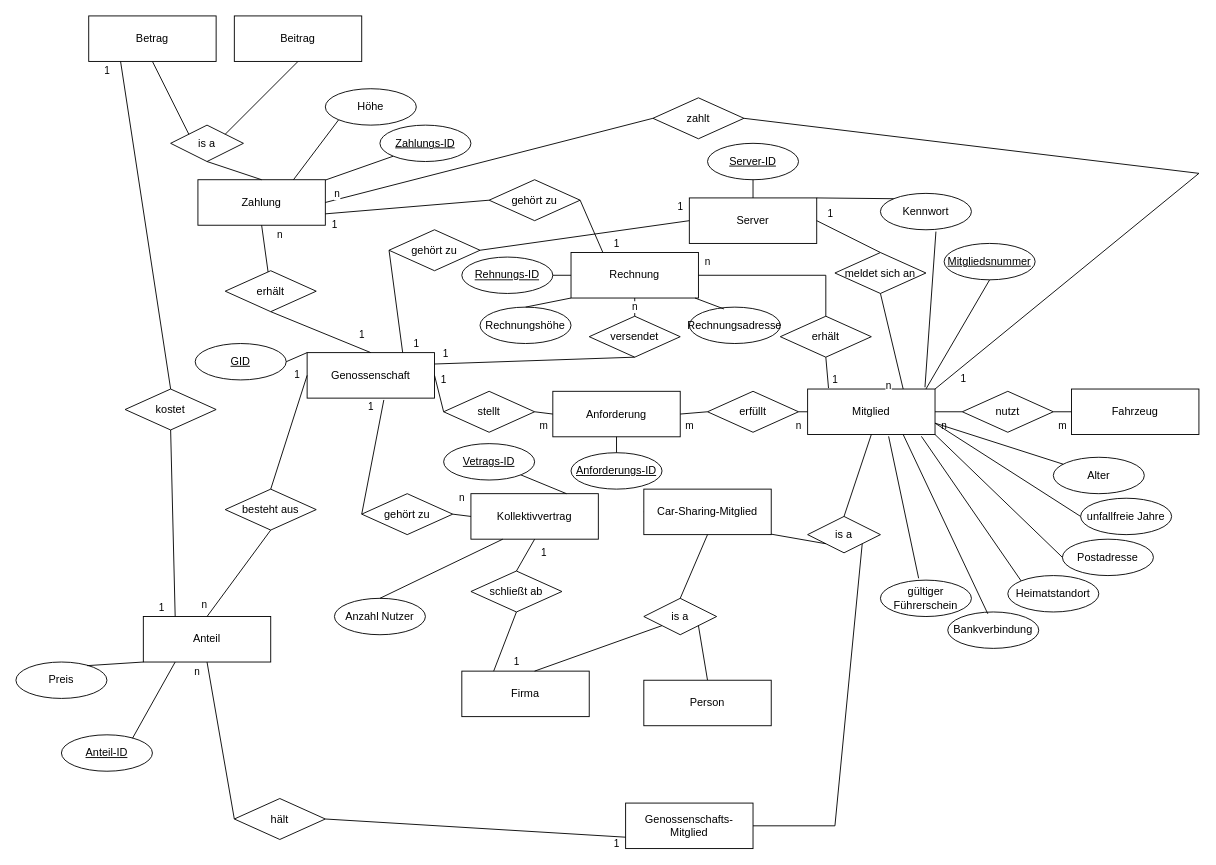
maudetroll/drawIO keeps this draw.io diagram as page "Gombi" (4 of 8) of Diagramm.drawio. Above is the earlier version. Source tidied: cells renumbered, new cells numbered last; positions are measured from the earlier drawing's top-left corner, leaving out a move shared by most shapes. Both pictures are drawn from the tidied source at 91%, with x=0, y=0 at pixel (15, 15).
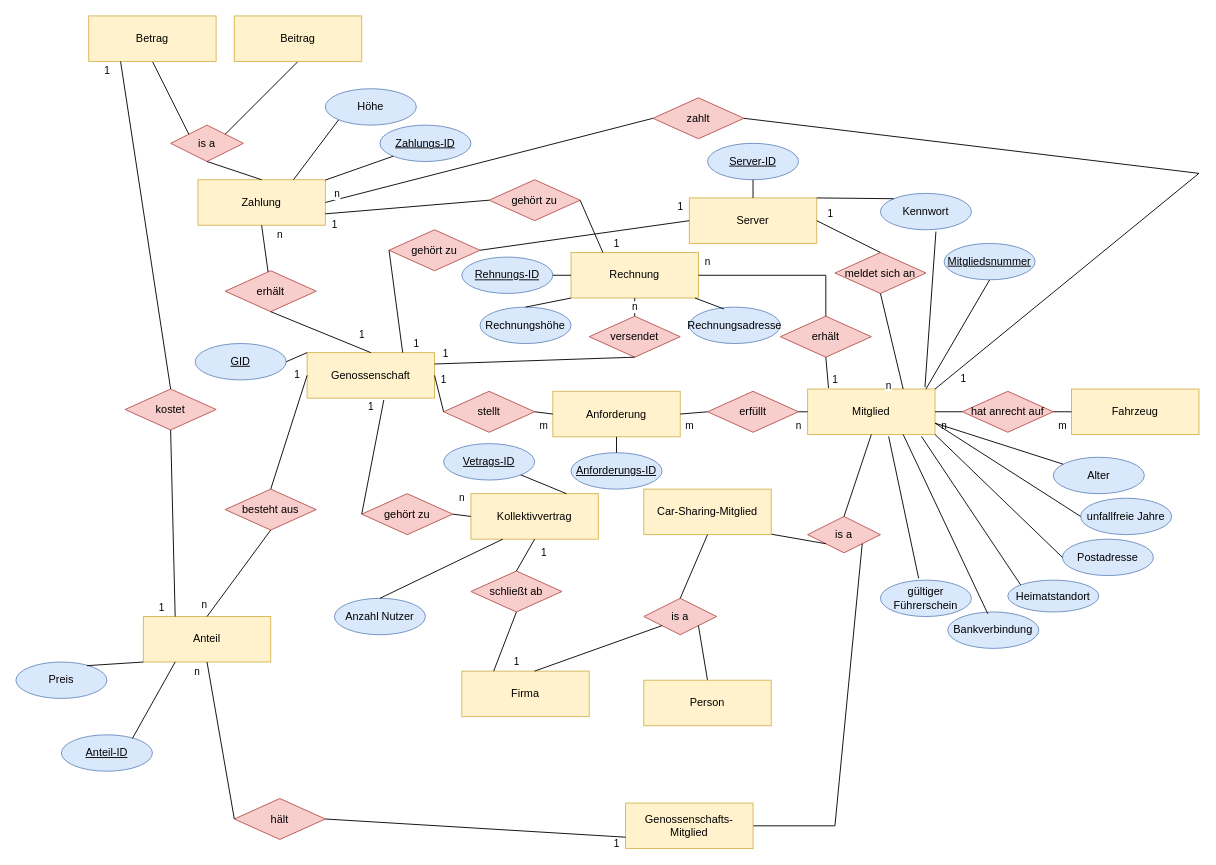
The same diagram, later.

The edit, as a diff of the source:
```diff
@@
-    <mxCell id="2" value="Mitglied" style="whiteSpace=wrap;html=1;align=center;" parent="1" vertex="1">
+    <mxCell id="2" value="Mitglied" style="whiteSpace=wrap;html=1;align=center;fillColor=#fff2cc;strokeColor=#d6b656;" parent="1" vertex="1">
       <mxGeometry x="870" y="410" width="140" height="50" as="geometry" />
     </mxCell>
-    <mxCell id="3" value="is a" style="shape=rhombus;perimeter=rhombusPerimeter;whiteSpace=wrap;html=1;align=center;fillColor=none;rotation=0;" parent="1" vertex="1">
+    <mxCell id="3" value="is a" style="shape=rhombus;perimeter=rhombusPerimeter;whiteSpace=wrap;html=1;align=center;fillColor=#f8cecc;rotation=0;strokeColor=#b85450;" parent="1" vertex="1">
       <mxGeometry x="870" y="550" width="80" height="40" as="geometry" />
     </mxCell>
@@
-    <mxCell id="6" value="Genossenschafts-Mitglied" style="whiteSpace=wrap;html=1;align=center;" parent="1" vertex="1">
+    <mxCell id="6" value="Genossenschafts-Mitglied" style="whiteSpace=wrap;html=1;align=center;fillColor=#fff2cc;strokeColor=#d6b656;" parent="1" vertex="1">
       <mxGeometry x="670" y="865" width="140" height="50" as="geometry" />
     </mxCell>
-    <mxCell id="7" value="Car-Sharing-Mitglied" style="whiteSpace=wrap;html=1;align=center;" parent="1" vertex="1">
+    <mxCell id="7" value="Car-Sharing-Mitglied" style="whiteSpace=wrap;html=1;align=center;fillColor=#fff2cc;strokeColor=#d6b656;" parent="1" vertex="1">
       <mxGeometry x="690" y="520" width="140" height="50" as="geometry" />
     </mxCell>
-    <mxCell id="8" value="Genossenschaft" style="whiteSpace=wrap;html=1;align=center;" parent="1" vertex="1">
+    <mxCell id="8" value="Genossenschaft" style="whiteSpace=wrap;html=1;align=center;fillColor=#fff2cc;strokeColor=#d6b656;" parent="1" vertex="1">
       <mxGeometry x="320" y="370" width="140" height="50" as="geometry" />
     </mxCell>
-    <mxCell id="9" value="hält" style="shape=rhombus;perimeter=rhombusPerimeter;whiteSpace=wrap;html=1;align=center;" parent="1" vertex="1">
+    <mxCell id="9" value="hält" style="shape=rhombus;perimeter=rhombusPerimeter;whiteSpace=wrap;html=1;align=center;fillColor=#f8cecc;strokeColor=#b85450;" parent="1" vertex="1">
       <mxGeometry x="240" y="860" width="100" height="45" as="geometry" />
     </mxCell>
@@
-    <mxCell id="11" value="erfüllt" style="shape=rhombus;perimeter=rhombusPerimeter;whiteSpace=wrap;html=1;align=center;" parent="1" vertex="1">
+    <mxCell id="11" value="erfüllt" style="shape=rhombus;perimeter=rhombusPerimeter;whiteSpace=wrap;html=1;align=center;fillColor=#f8cecc;strokeColor=#b85450;" parent="1" vertex="1">
       <mxGeometry x="760" y="412.5" width="100" height="45" as="geometry" />
     </mxCell>
@@
-    <mxCell id="13" value="Fahrzeug" style="whiteSpace=wrap;html=1;align=center;" parent="1" vertex="1">
+    <mxCell id="13" value="Fahrzeug" style="whiteSpace=wrap;html=1;align=center;fillColor=#fff2cc;strokeColor=#d6b656;" parent="1" vertex="1">
       <mxGeometry x="1160" y="410" width="140" height="50" as="geometry" />
     </mxCell>
-    <mxCell id="14" value="nutzt" style="shape=rhombus;perimeter=rhombusPerimeter;whiteSpace=wrap;html=1;align=center;" parent="1" vertex="1">
+    <mxCell id="14" value="hat anrecht auf" style="shape=rhombus;perimeter=rhombusPerimeter;whiteSpace=wrap;html=1;align=center;fillColor=#f8cecc;strokeColor=#b85450;" parent="1" vertex="1">
       <mxGeometry x="1040" y="412.5" width="100" height="45" as="geometry" />
     </mxCell>
@@
-    <mxCell id="17" value="Firma" style="whiteSpace=wrap;html=1;align=center;" parent="1" vertex="1">
+    <mxCell id="17" value="Firma" style="whiteSpace=wrap;html=1;align=center;fillColor=#fff2cc;strokeColor=#d6b656;" parent="1" vertex="1">
       <mxGeometry x="490" y="720" width="140" height="50" as="geometry" />
     </mxCell>
-    <mxCell id="18" value="is a" style="shape=rhombus;perimeter=rhombusPerimeter;whiteSpace=wrap;html=1;align=center;fillColor=none;" parent="1" vertex="1">
+    <mxCell id="18" value="is a" style="shape=rhombus;perimeter=rhombusPerimeter;whiteSpace=wrap;html=1;align=center;fillColor=#f8cecc;strokeColor=#b85450;" parent="1" vertex="1">
       <mxGeometry x="690" y="640" width="80" height="40" as="geometry" />
     </mxCell>
@@
-    <mxCell id="22" value="Person" style="whiteSpace=wrap;html=1;align=center;" parent="1" vertex="1">
+    <mxCell id="22" value="Person" style="whiteSpace=wrap;html=1;align=center;fillColor=#fff2cc;strokeColor=#d6b656;" parent="1" vertex="1">
       <mxGeometry x="690" y="730" width="140" height="50" as="geometry" />
     </mxCell>
-    <mxCell id="23" value="Kollektivvertrag" style="whiteSpace=wrap;html=1;align=center;" parent="1" vertex="1">
+    <mxCell id="23" value="Kollektivvertrag" style="whiteSpace=wrap;html=1;align=center;fillColor=#fff2cc;strokeColor=#d6b656;" parent="1" vertex="1">
       <mxGeometry x="500" y="525" width="140" height="50" as="geometry" />
     </mxCell>
-    <mxCell id="24" value="schließt ab" style="shape=rhombus;perimeter=rhombusPerimeter;whiteSpace=wrap;html=1;align=center;" parent="1" vertex="1">
+    <mxCell id="24" value="schließt ab" style="shape=rhombus;perimeter=rhombusPerimeter;whiteSpace=wrap;html=1;align=center;fillColor=#f8cecc;strokeColor=#b85450;" parent="1" vertex="1">
       <mxGeometry x="500" y="610" width="100" height="45" as="geometry" />
     </mxCell>
-    <mxCell id="25" value="gehört zu" style="shape=rhombus;perimeter=rhombusPerimeter;whiteSpace=wrap;html=1;align=center;" parent="1" vertex="1">
+    <mxCell id="25" value="gehört zu" style="shape=rhombus;perimeter=rhombusPerimeter;whiteSpace=wrap;html=1;align=center;fillColor=#f8cecc;strokeColor=#b85450;" parent="1" vertex="1">
       <mxGeometry x="380" y="525" width="100" height="45" as="geometry" />
     </mxCell>
@@
-    <mxCell id="29" value="Rechnung" style="whiteSpace=wrap;html=1;align=center;" parent="1" vertex="1">
+    <mxCell id="29" value="Rechnung" style="whiteSpace=wrap;html=1;align=center;fillColor=#fff2cc;strokeColor=#d6b656;" parent="1" vertex="1">
       <mxGeometry x="610" y="260" width="140" height="50" as="geometry" />
     </mxCell>
-    <mxCell id="30" value="versendet" style="shape=rhombus;perimeter=rhombusPerimeter;whiteSpace=wrap;html=1;align=center;" parent="1" vertex="1">
+    <mxCell id="30" value="versendet" style="shape=rhombus;perimeter=rhombusPerimeter;whiteSpace=wrap;html=1;align=center;fillColor=#f8cecc;strokeColor=#b85450;" parent="1" vertex="1">
       <mxGeometry x="630" y="330" width="100" height="45" as="geometry" />
     </mxCell>
@@
-    <mxCell id="33" value="erhält" style="shape=rhombus;perimeter=rhombusPerimeter;whiteSpace=wrap;html=1;align=center;" parent="1" vertex="1">
+    <mxCell id="33" value="erhält" style="shape=rhombus;perimeter=rhombusPerimeter;whiteSpace=wrap;html=1;align=center;fillColor=#f8cecc;strokeColor=#b85450;" parent="1" vertex="1">
       <mxGeometry x="840" y="330" width="100" height="45" as="geometry" />
     </mxCell>
@@
-    <mxCell id="36" value="Server" style="whiteSpace=wrap;html=1;align=center;" parent="1" vertex="1">
+    <mxCell id="36" value="Server" style="whiteSpace=wrap;html=1;align=center;fillColor=#fff2cc;strokeColor=#d6b656;" parent="1" vertex="1">
       <mxGeometry x="740" y="200" width="140" height="50" as="geometry" />
     </mxCell>
-    <mxCell id="37" value="meldet sich an" style="shape=rhombus;perimeter=rhombusPerimeter;whiteSpace=wrap;html=1;align=center;" parent="1" vertex="1">
+    <mxCell id="37" value="meldet sich an" style="shape=rhombus;perimeter=rhombusPerimeter;whiteSpace=wrap;html=1;align=center;fillColor=#f8cecc;strokeColor=#b85450;" parent="1" vertex="1">
       <mxGeometry x="900" y="260" width="100" height="45" as="geometry" />
     </mxCell>
@@
-    <mxCell id="41" value="Zahlung" style="whiteSpace=wrap;html=1;align=center;" parent="1" vertex="1">
+    <mxCell id="41" value="Zahlung" style="whiteSpace=wrap;html=1;align=center;fillColor=#fff2cc;strokeColor=#d6b656;" parent="1" vertex="1">
       <mxGeometry x="200" y="180" width="140" height="50" as="geometry" />
     </mxCell>
-    <mxCell id="42" value="Anteil" style="whiteSpace=wrap;html=1;align=center;" parent="1" vertex="1">
+    <mxCell id="42" value="Anteil" style="whiteSpace=wrap;html=1;align=center;fillColor=#fff2cc;strokeColor=#d6b656;" parent="1" vertex="1">
       <mxGeometry x="140" y="660" width="140" height="50" as="geometry" />
     </mxCell>
-    <mxCell id="43" value="besteht aus" style="shape=rhombus;perimeter=rhombusPerimeter;whiteSpace=wrap;html=1;align=center;" parent="1" vertex="1">
+    <mxCell id="43" value="besteht aus" style="shape=rhombus;perimeter=rhombusPerimeter;whiteSpace=wrap;html=1;align=center;fillColor=#f8cecc;strokeColor=#b85450;" parent="1" vertex="1">
       <mxGeometry x="230" y="520" width="100" height="45" as="geometry" />
     </mxCell>
@@
-    <mxCell id="47" value="zahlt" style="shape=rhombus;perimeter=rhombusPerimeter;whiteSpace=wrap;html=1;align=center;" parent="1" vertex="1">
+    <mxCell id="47" value="zahlt" style="shape=rhombus;perimeter=rhombusPerimeter;whiteSpace=wrap;html=1;align=center;fillColor=#f8cecc;strokeColor=#b85450;" parent="1" vertex="1">
       <mxGeometry x="700" y="90" width="100" height="45" as="geometry" />
     </mxCell>
@@
-    <mxCell id="50" value="erhält" style="shape=rhombus;perimeter=rhombusPerimeter;whiteSpace=wrap;html=1;align=center;" parent="1" vertex="1">
+    <mxCell id="50" value="erhält" style="shape=rhombus;perimeter=rhombusPerimeter;whiteSpace=wrap;html=1;align=center;fillColor=#f8cecc;strokeColor=#b85450;" parent="1" vertex="1">
       <mxGeometry x="230" y="280" width="100" height="45" as="geometry" />
     </mxCell>
@@
-    <mxCell id="53" value="kostet" style="shape=rhombus;perimeter=rhombusPerimeter;whiteSpace=wrap;html=1;align=center;" parent="1" vertex="1">
+    <mxCell id="53" value="kostet" style="shape=rhombus;perimeter=rhombusPerimeter;whiteSpace=wrap;html=1;align=center;fillColor=#f8cecc;strokeColor=#b85450;" parent="1" vertex="1">
       <mxGeometry x="120" y="410" width="100" height="45" as="geometry" />
     </mxCell>
-    <mxCell id="54" value="is a" style="shape=rhombus;perimeter=rhombusPerimeter;whiteSpace=wrap;html=1;align=center;fillColor=none;" parent="1" vertex="1">
+    <mxCell id="54" value="is a" style="shape=rhombus;perimeter=rhombusPerimeter;whiteSpace=wrap;html=1;align=center;fillColor=#f8cecc;strokeColor=#b85450;" parent="1" vertex="1">
       <mxGeometry x="170" y="120" width="80" height="40" as="geometry" />
     </mxCell>
@@
-    <mxCell id="57" value="Betrag" style="whiteSpace=wrap;html=1;align=center;" parent="1" vertex="1">
+    <mxCell id="57" value="Betrag" style="whiteSpace=wrap;html=1;align=center;fillColor=#fff2cc;strokeColor=#d6b656;" parent="1" vertex="1">
       <mxGeometry x="80" width="140" height="50" as="geometry" />
     </mxCell>
-    <mxCell id="58" value="Beitrag" style="whiteSpace=wrap;html=1;align=center;" parent="1" vertex="1">
+    <mxCell id="58" value="Beitrag" style="whiteSpace=wrap;html=1;align=center;fillColor=#fff2cc;strokeColor=#d6b656;" parent="1" vertex="1">
       <mxGeometry x="240" width="140" height="50" as="geometry" />
     </mxCell>
@@
-    <mxCell id="62" value="Anforderung" style="whiteSpace=wrap;html=1;align=center;" parent="1" vertex="1">
+    <mxCell id="62" value="Anforderung" style="whiteSpace=wrap;html=1;align=center;fillColor=#fff2cc;strokeColor=#d6b656;" parent="1" vertex="1">
       <mxGeometry x="590" y="412.5" width="140" height="50" as="geometry" />
     </mxCell>
-    <mxCell id="63" value="stellt" style="shape=rhombus;perimeter=rhombusPerimeter;whiteSpace=wrap;html=1;align=center;" parent="1" vertex="1">
+    <mxCell id="63" value="stellt" style="shape=rhombus;perimeter=rhombusPerimeter;whiteSpace=wrap;html=1;align=center;fillColor=#f8cecc;strokeColor=#b85450;" parent="1" vertex="1">
       <mxGeometry x="470" y="412.5" width="100" height="45" as="geometry" />
     </mxCell>
@@
-    <mxCell id="67" value="gehört zu" style="shape=rhombus;perimeter=rhombusPerimeter;whiteSpace=wrap;html=1;align=center;" parent="1" vertex="1">
+    <mxCell id="67" value="gehört zu" style="shape=rhombus;perimeter=rhombusPerimeter;whiteSpace=wrap;html=1;align=center;fillColor=#f8cecc;strokeColor=#b85450;" parent="1" vertex="1">
       <mxGeometry x="410" y="235" width="100" height="45" as="geometry" />
     </mxCell>
@@
-    <mxCell id="70" value="Höhe" style="ellipse;whiteSpace=wrap;html=1;align=center;" parent="1" vertex="1">
+    <mxCell id="70" value="Höhe" style="ellipse;whiteSpace=wrap;html=1;align=center;fillColor=#dae8fc;strokeColor=#6c8ebf;" parent="1" vertex="1">
       <mxGeometry x="340" y="80" width="100" height="40" as="geometry" />
     </mxCell>
@@
-    <mxCell id="72" value="Anzahl Nutzer" style="ellipse;whiteSpace=wrap;html=1;align=center;" parent="1" vertex="1">
+    <mxCell id="72" value="Anzahl Nutzer" style="ellipse;whiteSpace=wrap;html=1;align=center;fillColor=#dae8fc;strokeColor=#6c8ebf;" parent="1" vertex="1">
       <mxGeometry x="350" y="640" width="100" height="40" as="geometry" />
     </mxCell>
@@
-    <mxCell id="74" value="Alter" style="ellipse;whiteSpace=wrap;html=1;align=center;" parent="1" vertex="1">
+    <mxCell id="74" value="Alter" style="ellipse;whiteSpace=wrap;html=1;align=center;fillColor=#dae8fc;strokeColor=#6c8ebf;" parent="1" vertex="1">
       <mxGeometry x="1140" y="485" width="100" height="40" as="geometry" />
     </mxCell>
-    <mxCell id="75" value="gültiger Führerschein" style="ellipse;whiteSpace=wrap;html=1;align=center;" parent="1" vertex="1">
+    <mxCell id="75" value="gültiger Führerschein" style="ellipse;whiteSpace=wrap;html=1;align=center;fillColor=#dae8fc;strokeColor=#6c8ebf;" parent="1" vertex="1">
       <mxGeometry x="950" y="620" width="100" height="40" as="geometry" />
     </mxCell>
-    <mxCell id="76" value="unfallfreie Jahre" style="ellipse;whiteSpace=wrap;html=1;align=center;" parent="1" vertex="1">
+    <mxCell id="76" value="unfallfreie Jahre" style="ellipse;whiteSpace=wrap;html=1;align=center;fillColor=#dae8fc;strokeColor=#6c8ebf;" parent="1" vertex="1">
       <mxGeometry x="1170" y="530" width="100" height="40" as="geometry" />
     </mxCell>
-    <mxCell id="77" value="Postadresse" style="ellipse;whiteSpace=wrap;html=1;align=center;" parent="1" vertex="1">
+    <mxCell id="77" value="Postadresse" style="ellipse;whiteSpace=wrap;html=1;align=center;fillColor=#dae8fc;strokeColor=#6c8ebf;" parent="1" vertex="1">
       <mxGeometry x="1150" y="575" width="100" height="40" as="geometry" />
     </mxCell>
-    <mxCell id="78" value="Bankverbindung" style="ellipse;whiteSpace=wrap;html=1;align=center;" parent="1" vertex="1">
+    <mxCell id="78" value="Bankverbindung" style="ellipse;whiteSpace=wrap;html=1;align=center;fillColor=#dae8fc;strokeColor=#6c8ebf;" parent="1" vertex="1">
       <mxGeometry x="1024" y="655" width="100" height="40" as="geometry" />
     </mxCell>
-    <mxCell id="79" value="Heimatstandort" style="ellipse;whiteSpace=wrap;html=1;align=center;" parent="1" vertex="1">
-      <mxGeometry x="1090" y="615" width="100" height="40" as="geometry" />
+    <mxCell id="79" value="Heimatstandort" style="ellipse;whiteSpace=wrap;html=1;align=center;fillColor=#dae8fc;strokeColor=#6c8ebf;" parent="1" vertex="1">
+      <mxGeometry x="1090" y="620" width="100" height="35" as="geometry" />
     </mxCell>
-    <mxCell id="80" value="Mitgliedsnummer" style="ellipse;whiteSpace=wrap;html=1;align=center;fontStyle=4;" parent="1" vertex="1">
+    <mxCell id="80" value="Mitgliedsnummer" style="ellipse;whiteSpace=wrap;html=1;align=center;fontStyle=4;fillColor=#dae8fc;strokeColor=#6c8ebf;" parent="1" vertex="1">
       <mxGeometry x="1020" y="250" width="100" height="40" as="geometry" />
     </mxCell>
-    <mxCell id="81" value="Kennwort" style="ellipse;whiteSpace=wrap;html=1;align=center;" parent="1" vertex="1">
+    <mxCell id="81" value="Kennwort" style="ellipse;whiteSpace=wrap;html=1;align=center;fillColor=#dae8fc;strokeColor=#6c8ebf;" parent="1" vertex="1">
       <mxGeometry x="950" y="195" width="100" height="40" as="geometry" />
     </mxCell>
@@
-    <mxCell id="92" value="Preis" style="ellipse;whiteSpace=wrap;html=1;align=center;" parent="1" vertex="1">
+    <mxCell id="92" value="Preis" style="ellipse;whiteSpace=wrap;html=1;align=center;fillColor=#dae8fc;strokeColor=#6c8ebf;" parent="1" vertex="1">
       <mxGeometry y="710" width="100" height="40" as="geometry" />
     </mxCell>
@@
-    <mxCell id="94" value="Anteil-ID" style="ellipse;whiteSpace=wrap;html=1;align=center;fontStyle=4;" parent="1" vertex="1">
+    <mxCell id="94" value="Anteil-ID" style="ellipse;whiteSpace=wrap;html=1;align=center;fontStyle=4;fillColor=#dae8fc;strokeColor=#6c8ebf;" parent="1" vertex="1">
       <mxGeometry x="50" y="790" width="100" height="40" as="geometry" />
     </mxCell>
@@
-    <mxCell id="96" value="Zahlungs-ID" style="ellipse;whiteSpace=wrap;html=1;align=center;fontStyle=4;" parent="1" vertex="1">
+    <mxCell id="96" value="Zahlungs-ID" style="ellipse;whiteSpace=wrap;html=1;align=center;fontStyle=4;fillColor=#dae8fc;strokeColor=#6c8ebf;" parent="1" vertex="1">
       <mxGeometry x="400" y="120" width="100" height="40" as="geometry" />
     </mxCell>
@@
-    <mxCell id="98" value="Anforderungs-ID" style="ellipse;whiteSpace=wrap;html=1;align=center;fontStyle=4;" parent="1" vertex="1">
+    <mxCell id="98" value="Anforderungs-ID" style="ellipse;whiteSpace=wrap;html=1;align=center;fontStyle=4;fillColor=#dae8fc;strokeColor=#6c8ebf;" parent="1" vertex="1">
       <mxGeometry x="610" y="480" width="100" height="40" as="geometry" />
     </mxCell>
@@
-    <mxCell id="100" value="Vetrags-ID" style="ellipse;whiteSpace=wrap;html=1;align=center;fontStyle=4;" parent="1" vertex="1">
+    <mxCell id="100" value="Vetrags-ID" style="ellipse;whiteSpace=wrap;html=1;align=center;fontStyle=4;fillColor=#dae8fc;strokeColor=#6c8ebf;" parent="1" vertex="1">
       <mxGeometry x="470" y="470" width="100" height="40" as="geometry" />
     </mxCell>
@@
-    <mxCell id="102" value="Server-ID" style="ellipse;whiteSpace=wrap;html=1;align=center;fontStyle=4;" parent="1" vertex="1">
+    <mxCell id="102" value="Server-ID" style="ellipse;whiteSpace=wrap;html=1;align=center;fontStyle=4;fillColor=#dae8fc;strokeColor=#6c8ebf;" parent="1" vertex="1">
       <mxGeometry x="760" y="140" width="100" height="40" as="geometry" />
     </mxCell>
@@
-    <mxCell id="104" value="GID" style="ellipse;whiteSpace=wrap;html=1;align=center;fontStyle=4;" parent="1" vertex="1">
+    <mxCell id="104" value="GID" style="ellipse;whiteSpace=wrap;html=1;align=center;fontStyle=4;fillColor=#dae8fc;strokeColor=#6c8ebf;" parent="1" vertex="1">
       <mxGeometry x="197" y="360" width="100" height="40" as="geometry" />
     </mxCell>
@@
-    <mxCell id="106" value="Rehnungs-ID" style="ellipse;whiteSpace=wrap;html=1;align=center;fontStyle=4;" parent="1" vertex="1">
+    <mxCell id="106" value="Rehnungs-ID" style="ellipse;whiteSpace=wrap;html=1;align=center;fontStyle=4;fillColor=#dae8fc;strokeColor=#6c8ebf;" parent="1" vertex="1">
       <mxGeometry x="490" y="265" width="100" height="40" as="geometry" />
     </mxCell>
-    <mxCell id="107" value="gehört zu" style="shape=rhombus;perimeter=rhombusPerimeter;whiteSpace=wrap;html=1;align=center;" parent="1" vertex="1">
+    <mxCell id="107" value="gehört zu" style="shape=rhombus;perimeter=rhombusPerimeter;whiteSpace=wrap;html=1;align=center;fillColor=#f8cecc;strokeColor=#b85450;" parent="1" vertex="1">
       <mxGeometry x="520" y="180" width="100" height="45" as="geometry" />
     </mxCell>
@@
-    <mxCell id="111" value="Rechnungshöhe" style="ellipse;whiteSpace=wrap;html=1;align=center;fontStyle=0;" parent="1" vertex="1">
+    <mxCell id="111" value="Rechnungshöhe" style="ellipse;whiteSpace=wrap;html=1;align=center;fontStyle=0;fillColor=#dae8fc;strokeColor=#6c8ebf;" parent="1" vertex="1">
       <mxGeometry x="510" y="320" width="100" height="40" as="geometry" />
     </mxCell>
-    <mxCell id="112" value="Rechnungsadresse" style="ellipse;whiteSpace=wrap;html=1;align=center;fontStyle=0;" parent="1" vertex="1">
+    <mxCell id="112" value="Rechnungsadresse" style="ellipse;whiteSpace=wrap;html=1;align=center;fontStyle=0;fillColor=#dae8fc;strokeColor=#6c8ebf;" parent="1" vertex="1">
       <mxGeometry x="740" y="320" width="100" height="40" as="geometry" />
     </mxCell>
```
